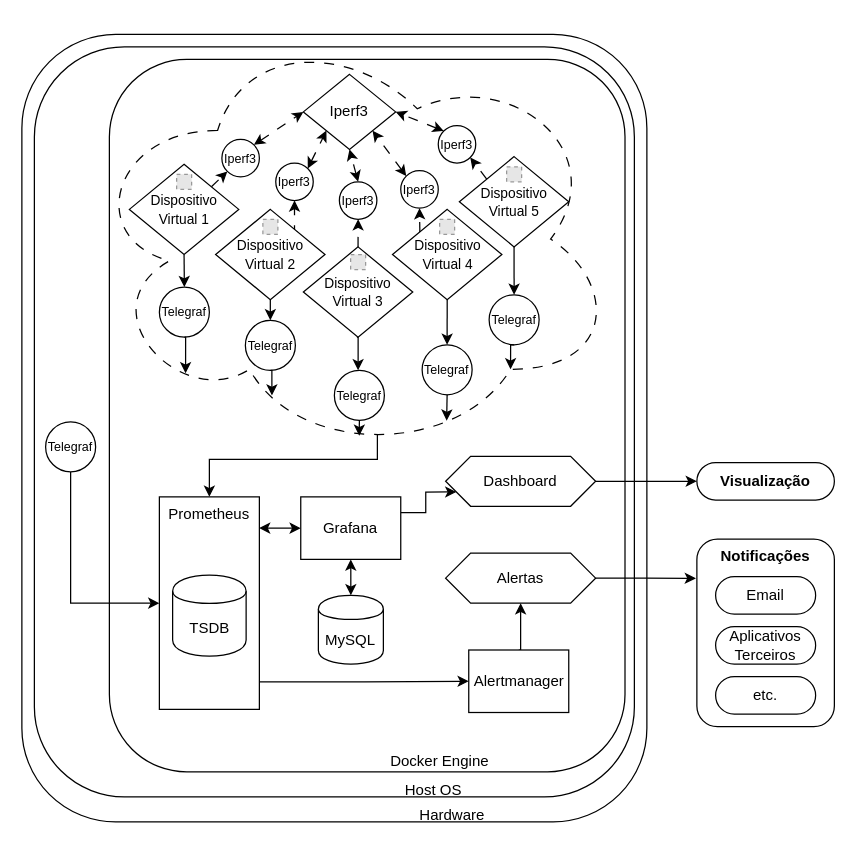
Before: texto/Diagrams/v4-prometheus/v4_final_diagram_all_components.drawio in vitorco7/saturmon, a draw.io diagram. Source tidied: cells renumbered, new cells numbered last; positions are measured from the earlier drawing's top-left corner, leaving out a move shared by most shapes. Both pictures are drawn from the tidied source at 125%, with x=0, y=0 at pixel (21, 21). Pictures stored in the file or linked from it are replaced by grey dashed boxes.
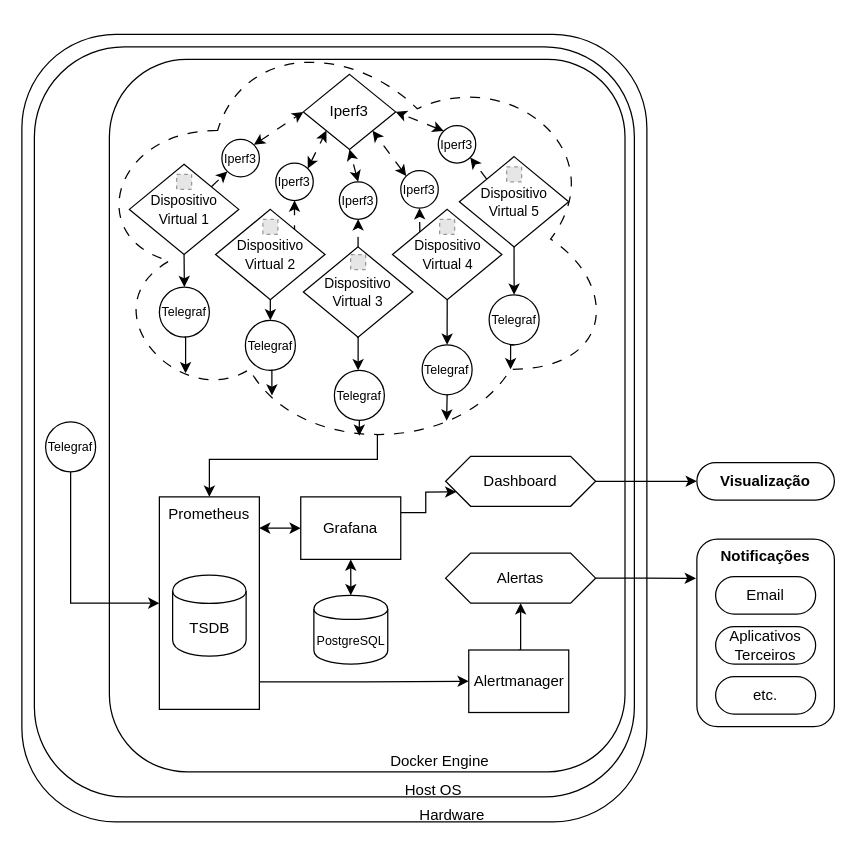
The same diagram, later.

Commit message (it also covers changes not shown here):
fix grafana db diagram

Change to the diagram source:
```diff
@@
-    <mxCell id="55" value="MySQL" style="shape=cylinder;whiteSpace=wrap;html=1;boundedLbl=1;backgroundOutline=1;shadow=0;fontSize=12;" parent="1" vertex="1">
-      <mxGeometry x="237.2" y="458.8" width="52" height="55" as="geometry" />
+    <mxCell id="55" value="PostgreSQL" style="shape=cylinder;whiteSpace=wrap;html=1;boundedLbl=1;backgroundOutline=1;shadow=0;fontSize=10;" parent="1" vertex="1">
+      <mxGeometry x="233.6" y="458.8" width="59.1" height="55" as="geometry" />
     </mxCell>
```
